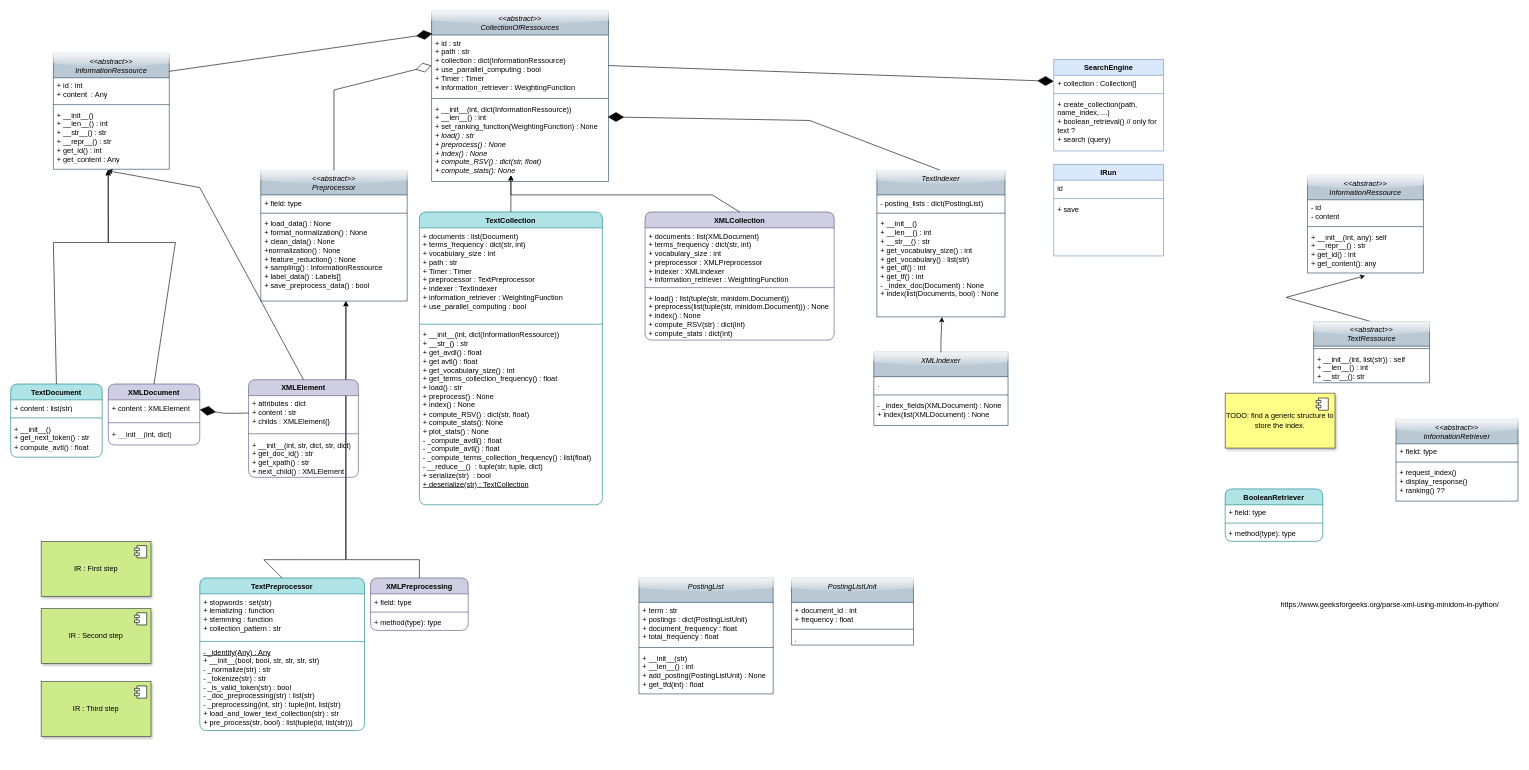
mohamedlrouabah1/RIM2DSC keeps this draw.io diagram as uml_diagrams/information_retrieval_models.drawio. Above is the earlier version. Source tidied: cells renumbered, new cells numbered last; positions are measured from the earlier drawing's top-left corner, leaving out a move shared by most shapes. Both pictures are drawn from the tidied source at 61%, with x=0, y=0 at pixel (10, 10).
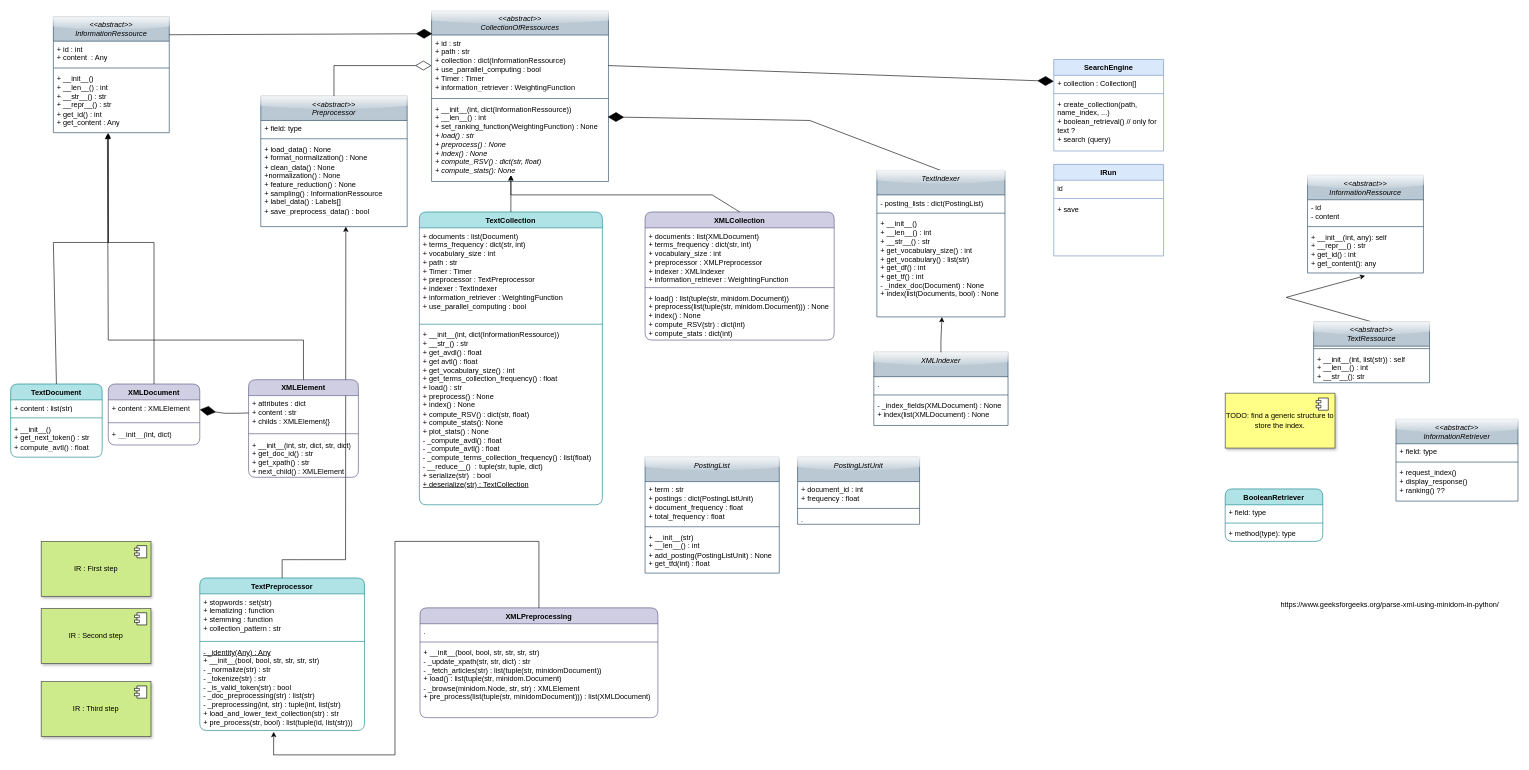
The same page after the edit.

Commit message (it also covers changes not shown here):
update: Collection models

The change refers to these unchanged cells:
```xml
<mxCell id="5" value="+ __init__()&amp;nbsp;&lt;br&gt;+ __len__() : int&lt;br&gt;+ __str__() : str&lt;br&gt;+ __repr__() : str&lt;br&gt;+ get_id() : int&lt;br&gt;+ get_content : Any" style="text;strokeColor=none;fillColor=none;align=left;verticalAlign=top;spacingLeft=4;spacingRight=4;overflow=hidden;points=[[0,0.5],[1,0.5]];portConstraint=eastwest;whiteSpace=wrap;html=1;" parent="2" vertex="1">
  <mxGeometry y="88" width="190" height="102" as="geometry" />
</mxCell>
<mxCell id="10" value="XMLDocument" style="swimlane;fontStyle=1;align=center;verticalAlign=top;horizontal=1;startSize=26;whiteSpace=wrap;html=1;fillColor=#d0cee2;strokeColor=#56517e;rounded=1;" parent="1" vertex="1">
  <mxGeometry x="160" y="612" width="150" height="100" as="geometry" />
</mxCell>
<mxCell id="15" value="+ id : str&lt;br&gt;+ path : str&lt;br&gt;+ collection : dict(InformationRessource)&lt;br&gt;+ use_parrallel_computing : bool&lt;br&gt;+ Timer : Timer&lt;br&gt;+ information_retriever :&amp;nbsp;WeightingFunction" style="text;strokeColor=none;fillColor=none;align=left;verticalAlign=top;spacingLeft=4;spacingRight=4;overflow=hidden;points=[[0,0.5],[1,0.5]];portConstraint=eastwest;whiteSpace=wrap;html=1;" parent="14" vertex="1">
  <mxGeometry y="40" width="290" height="100" as="geometry" />
</mxCell>
<mxCell id="35" value="+ load_data() : None&lt;br&gt;+ format_normalization() : None&lt;br&gt;+ clean_data() : None&lt;br&gt;+normalization() : None&lt;br&gt;+ feature_reduction() : None&lt;br&gt;+ sampling() : InformationRessource&lt;br&gt;+ label_data() : Labels[]&amp;nbsp;&lt;br&gt;+ save_preprocess_data() : bool&lt;br&gt;" style="text;strokeColor=none;fillColor=none;align=left;verticalAlign=top;spacingLeft=4;spacingRight=4;overflow=hidden;points=[[0,0.5],[1,0.5]];portConstraint=eastwest;whiteSpace=wrap;html=1;" parent="32" vertex="1">
  <mxGeometry y="74" width="240" height="140" as="geometry" />
</mxCell>
<mxCell id="36" value="TextPreprocessor" style="swimlane;fontStyle=1;align=center;verticalAlign=top;horizontal=1;startSize=26;whiteSpace=wrap;html=1;fillColor=#b0e3e6;strokeColor=#0e8088;rounded=1;" parent="1" vertex="1">
  <mxGeometry x="310" y="930" width="270" height="250" as="geometry" />
</mxCell>
<mxCell id="39" value="&lt;u&gt;- _identity(Any) : Any&lt;/u&gt;&lt;br&gt;+ __init__(bool, bool, str, str, str, str)&lt;br&gt;- _normalize(str) : str&lt;br&gt;- _tokenize(str) : str&lt;br&gt;- _is_valid_token(str) : bool&lt;br&gt;- _doc_preprocessing(str) : list(str)&lt;br&gt;- _preprocessing(int, str) : tuple(int, list(str)&lt;br&gt;+ load_and_lower_text_collection(str) : str&lt;br&gt;+ pre_process(str, bool) : list(tuple(id, list(str)))" style="text;strokeColor=none;fillColor=none;align=left;verticalAlign=top;spacingLeft=4;spacingRight=4;overflow=hidden;points=[[0,0.5],[1,0.5]];portConstraint=eastwest;whiteSpace=wrap;html=1;" parent="36" vertex="1">
  <mxGeometry y="108" width="270" height="142" as="geometry" />
</mxCell>
<mxCell id="76" value="XMLElement" style="swimlane;fontStyle=1;align=center;verticalAlign=top;horizontal=1;startSize=26;whiteSpace=wrap;html=1;fillColor=#d0cee2;strokeColor=#56517e;rounded=1;" parent="1" vertex="1">
  <mxGeometry x="390" y="605" width="180" height="160" as="geometry" />
</mxCell>
```

What changed in the source:
```diff
@@
     <mxCell id="2" value="&lt;i style=&quot;font-weight: normal;&quot;&gt;&amp;lt;&amp;lt;abstract&amp;gt;&amp;gt;&lt;br&gt;InformationRessource&lt;/i&gt;" style="swimlane;fontStyle=1;align=center;verticalAlign=top;horizontal=1;startSize=40;whiteSpace=wrap;html=1;fillColor=#bac8d3;strokeColor=#23445d;glass=1;rounded=0;shadow=0;swimlaneLine=1;" parent="1" vertex="1">
-      <mxGeometry x="70" y="70" width="190" height="190" as="geometry" />
+      <mxGeometry x="70" y="10" width="190" height="190" as="geometry" />
     </mxCell>
@@
     <mxCell id="32" value="&lt;i style=&quot;font-weight: normal;&quot;&gt;&amp;lt;&amp;lt;abstract&amp;gt;&amp;gt;&lt;br&gt;Preprocessor&lt;/i&gt;" style="swimlane;fontStyle=1;align=center;verticalAlign=top;horizontal=1;startSize=40;whiteSpace=wrap;html=1;fillColor=#bac8d3;strokeColor=#23445d;glass=1;" parent="1" vertex="1">
-      <mxGeometry x="410" y="262" width="240" height="214" as="geometry" />
+      <mxGeometry x="410" y="140" width="240" height="214" as="geometry" />
     </mxCell>
@@
     <mxCell id="40" value="XMLPreprocessing" style="swimlane;fontStyle=1;align=center;verticalAlign=top;horizontal=1;startSize=26;whiteSpace=wrap;html=1;fillColor=#d0cee2;strokeColor=#56517e;rounded=1;" parent="1" vertex="1">
-      <mxGeometry x="590" y="930" width="160" height="86" as="geometry" />
+      <mxGeometry x="671" y="979" width="390" height="180" as="geometry" />
     </mxCell>
-    <mxCell id="41" value="+ field: type" style="text;strokeColor=none;fillColor=none;align=left;verticalAlign=top;spacingLeft=4;spacingRight=4;overflow=hidden;whiteSpace=wrap;html=1;" parent="40" vertex="1">
-      <mxGeometry y="26" width="160" height="26" as="geometry" />
+    <mxCell id="41" value="." style="text;strokeColor=none;fillColor=none;align=left;verticalAlign=top;spacingLeft=4;spacingRight=4;overflow=hidden;whiteSpace=wrap;html=1;" parent="40" vertex="1">
+      <mxGeometry y="26" width="390" height="26" as="geometry" />
     </mxCell>
     <mxCell id="42" style="line;strokeWidth=1;fillColor=none;align=left;verticalAlign=middle;spacingTop=-1;spacingLeft=3;spacingRight=3;labelPosition=right;strokeColor=inherit;" parent="40" vertex="1">
-      <mxGeometry y="52" width="160" height="8" as="geometry" />
+      <mxGeometry y="52" width="390" height="8" as="geometry" />
     </mxCell>
-    <mxCell id="43" value="+ method(type): type" style="text;strokeColor=none;fillColor=none;align=left;verticalAlign=top;spacingLeft=4;spacingRight=4;overflow=hidden;whiteSpace=wrap;html=1;" parent="40" vertex="1">
-      <mxGeometry y="60" width="160" height="26" as="geometry" />
+    <mxCell id="43" value="+ __init__(bool, bool, str, str, str, str)&lt;br&gt;- _update_xpath(str, str, dict) : str&lt;br&gt;- _fetch_articles(str) : list(tuple(str, minidomDocument))&lt;br&gt;+ load() : list(tuple(str, minidom.Document)&lt;br&gt;- _browse(minidom.Node, str, str) : XMLElement&lt;br&gt;+ pre_process(list(tuple(str, minidomDocument))) : list(XMLDocument)" style="text;strokeColor=none;fillColor=none;align=left;verticalAlign=top;spacingLeft=4;spacingRight=4;overflow=hidden;whiteSpace=wrap;html=1;" parent="40" vertex="1">
+      <mxGeometry y="60" width="390" height="120" as="geometry" />
     </mxCell>
@@
     <mxCell id="53" style="endArrow=classic;html=1;rounded=0;exitX=0.5;exitY=0;exitDx=0;exitDy=0;entryX=0.473;entryY=1.004;entryDx=0;entryDy=0;entryPerimeter=0;" parent="1" edge="1" source="10" target="5">
       <mxGeometry relative="1" as="geometry">
         <Array as="points">
-          <mxPoint x="270" y="380" />
+          <mxPoint x="235" y="380" />
           <mxPoint x="220" y="380" />
           <mxPoint x="160" y="380" />
         </Array>
       </mxGeometry>
     </mxCell>
@@
-    <mxCell id="56" style="endArrow=diamondThin;endFill=0;endSize=24;html=1;rounded=0;exitX=0.5;exitY=0;exitDx=0;exitDy=0;entryX=0;entryY=0.5;entryDx=0;entryDy=0;" parent="1" edge="1" source="32" target="15">
+    <mxCell id="56" style="endArrow=diamondThin;endFill=0;endSize=24;html=1;rounded=0;entryX=0;entryY=0.5;entryDx=0;entryDy=0;exitX=0.5;exitY=0;exitDx=0;exitDy=0;" parent="1" edge="1" source="32" target="15">
       <mxGeometry relative="1" as="geometry">
         <Array as="points">
-          <mxPoint x="530" y="130" />
+          <mxPoint x="530" y="90" />
         </Array>
       </mxGeometry>
     </mxCell>
     <mxCell id="57" style="endArrow=classic;html=1;rounded=0;exitX=0.5;exitY=0;exitDx=0;exitDy=0;entryX=0.581;entryY=1;entryDx=0;entryDy=0;entryPerimeter=0;" parent="1" edge="1" source="36" target="35">
       <mxGeometry relative="1" as="geometry">
         <Array as="points">
-          <mxPoint x="415" y="900" />
+          <mxPoint x="445" y="900" />
           <mxPoint x="470" y="900" />
           <mxPoint x="549" y="900" />
         </Array>
       </mxGeometry>
     </mxCell>
-    <mxCell id="58" style="endArrow=classic;html=1;rounded=0;entryX=0.582;entryY=1.002;entryDx=0;entryDy=0;entryPerimeter=0;exitX=0.5;exitY=0;exitDx=0;exitDy=0;" parent="1" edge="1" source="40" target="35">
+    <mxCell id="58" style="endArrow=classic;html=1;rounded=0;exitX=0.5;exitY=0;exitDx=0;exitDy=0;entryX=0.449;entryY=1.016;entryDx=0;entryDy=0;entryPerimeter=0;" parent="1" edge="1" source="40" target="39">
       <mxGeometry relative="1" as="geometry">
         <Array as="points">
-          <mxPoint x="670" y="900" />
-          <mxPoint x="550" y="900" />
+          <mxPoint x="866" y="870" />
+          <mxPoint x="630" y="870" />
+          <mxPoint x="630" y="1040" />
+          <mxPoint x="630" y="1220" />
+          <mxPoint x="431" y="1220" />
         </Array>
       </mxGeometry>
     </mxCell>
@@
     <mxCell id="85" value="&lt;i style=&quot;font-weight: normal;&quot;&gt;PostingList&lt;/i&gt;" style="swimlane;fontStyle=1;align=center;verticalAlign=top;horizontal=1;startSize=40;whiteSpace=wrap;html=1;fillColor=#bac8d3;strokeColor=#23445d;glass=1;" parent="1" vertex="1">
-      <mxGeometry x="1030" y="930" width="220" height="190" as="geometry" />
+      <mxGeometry x="1040" y="732" width="220" height="190" as="geometry" />
     </mxCell>
@@
     <mxCell id="89" value="&lt;i style=&quot;font-weight: normal;&quot;&gt;PostingListUnit&lt;/i&gt;" style="swimlane;fontStyle=1;align=center;verticalAlign=top;horizontal=1;startSize=40;whiteSpace=wrap;html=1;fillColor=#bac8d3;strokeColor=#23445d;glass=1;" parent="1" vertex="1">
-      <mxGeometry x="1280" y="930" width="200" height="110" as="geometry" />
+      <mxGeometry x="1290" y="732" width="200" height="110" as="geometry" />
     </mxCell>
@@
     <mxCell id="101" style="endArrow=classic;html=1;rounded=0;exitX=0.5;exitY=0;exitDx=0;exitDy=0;entryX=0.466;entryY=1.023;entryDx=0;entryDy=0;entryPerimeter=0;" parent="1" edge="1" source="76" target="5">
       <mxGeometry relative="1" as="geometry">
         <Array as="points">
-          <mxPoint x="310" y="290" />
+          <mxPoint x="480" y="540" />
+          <mxPoint x="160" y="540" />
         </Array>
       </mxGeometry>
     </mxCell>
```
